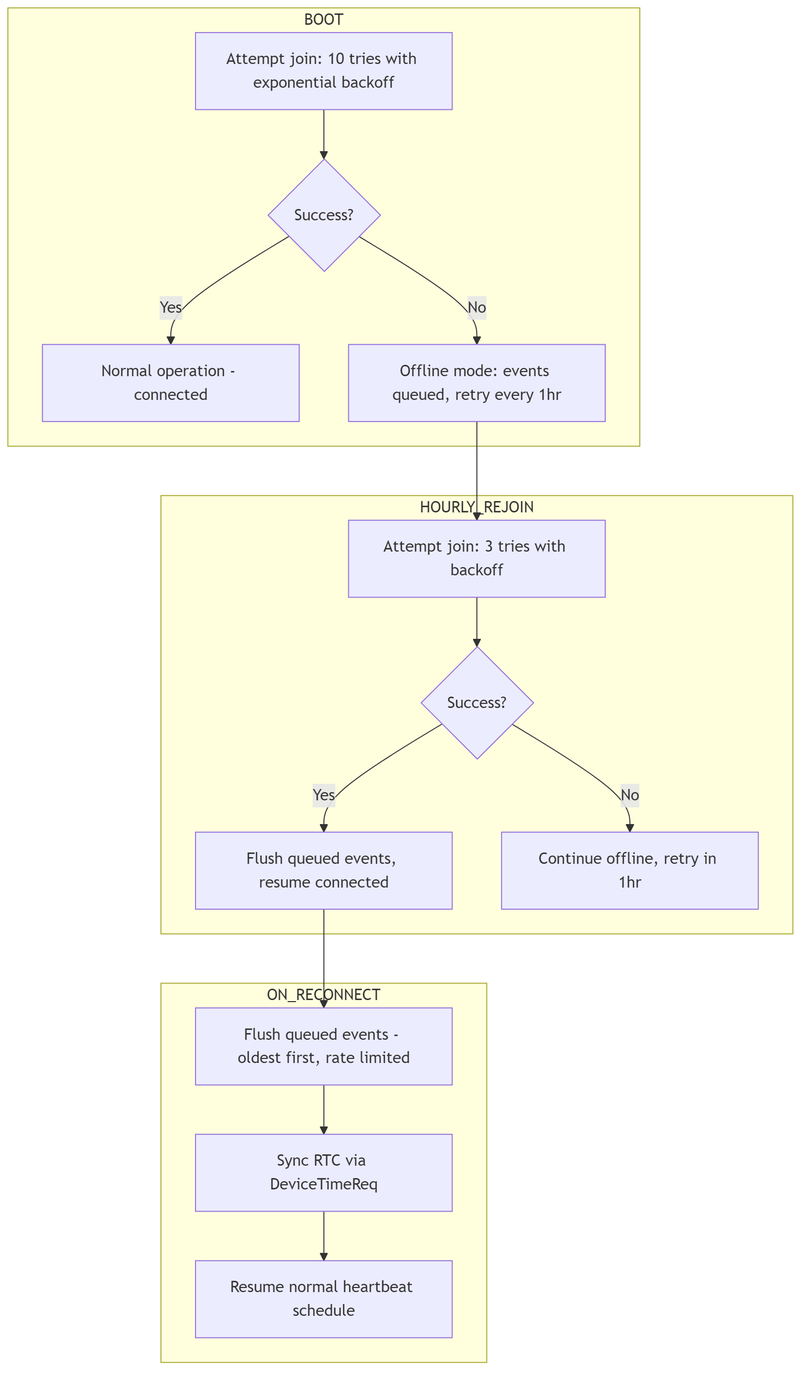
This is v1.1/docs/appnotes/diagrams/graceful-network-recovery.png from quiretech/FeedbackNow, a Mermaid export, as it was before one commit. Its source is kept beside it as v1.1/docs/appnotes/diagrams/graceful-network-recovery.mmd. The source it was exported from:
```mermaid
flowchart TD
    subgraph BOOT
        B1[Attempt join: 10 tries with exponential backoff]
        B2{Success?}
        B3[Normal operation - connected]
        B4[Offline mode: events queued, retry every 1hr]

        B1 --> B2
        B2 -->|Yes| B3
        B2 -->|No| B4
    end

    subgraph HOURLY_REJOIN
        H1[Attempt join: 3 tries with backoff]
        H2{Success?}
        H3[Flush queued events, resume connected]
        H4[Continue offline, retry in 1hr]

        H1 --> H2
        H2 -->|Yes| H3
        H2 -->|No| H4
    end

    subgraph ON_RECONNECT
        R1[Flush queued events - oldest first, rate limited]
        R2[Sync RTC via DeviceTimeReq]
        R3[Resume normal heartbeat schedule]

        R1 --> R2 --> R3
    end

    B4 --> H1
    H3 --> R1
```
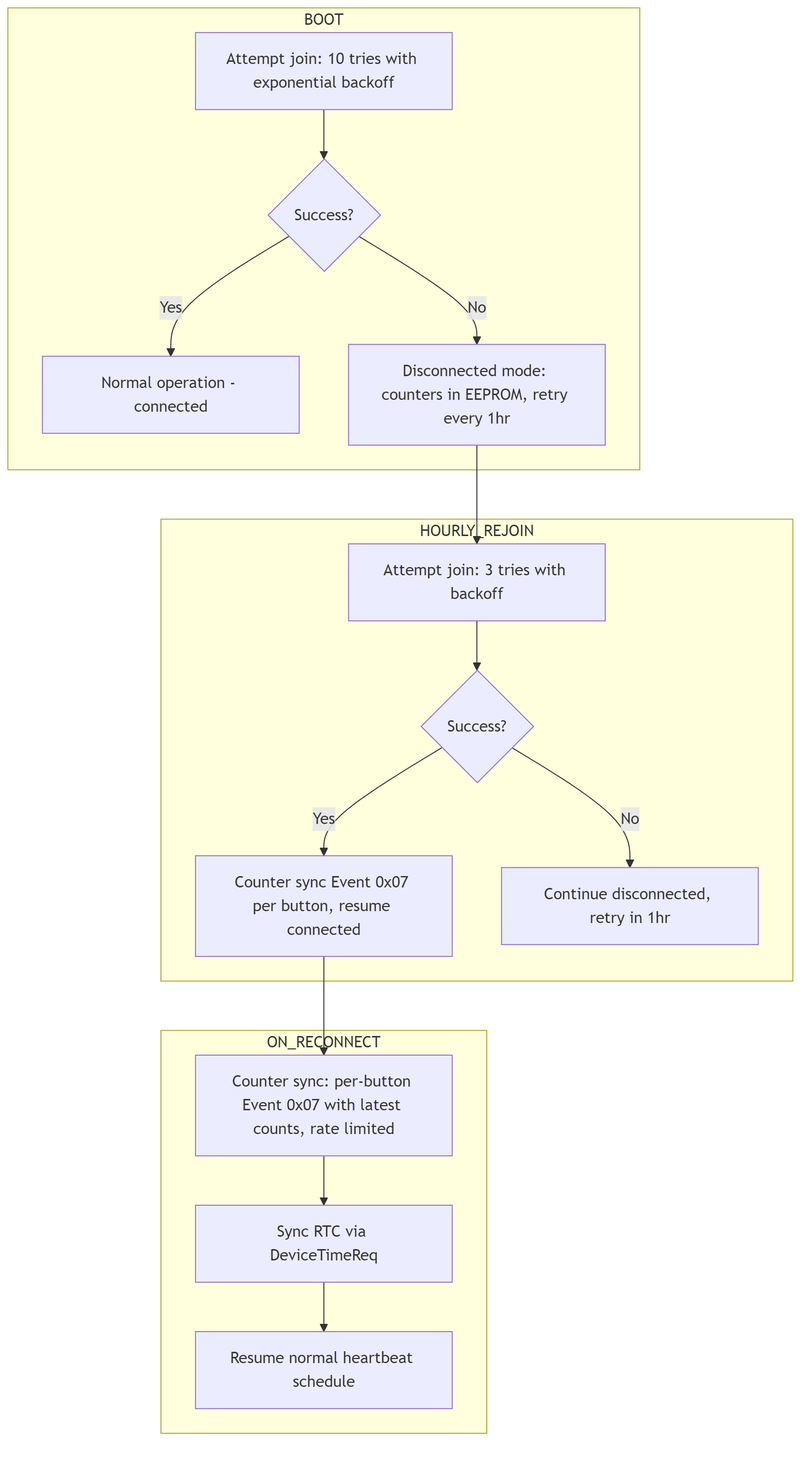
The same diagram one commit later.

Diff of the diagram source:
```diff
@@ -3,7 +3,7 @@
         B1[Attempt join: 10 tries with exponential backoff]
         B2{Success?}
         B3[Normal operation - connected]
-        B4[Offline mode: events queued, retry every 1hr]
+        B4[Disconnected mode: counters in EEPROM, retry every 1hr]
 
         B1 --> B2
         B2 -->|Yes| B3
@@ -13,8 +13,8 @@
     subgraph HOURLY_REJOIN
         H1[Attempt join: 3 tries with backoff]
         H2{Success?}
-        H3[Flush queued events, resume connected]
-        H4[Continue offline, retry in 1hr]
+        H3[Counter sync Event 0x07 per button, resume connected]
+        H4[Continue disconnected, retry in 1hr]
 
         H1 --> H2
         H2 -->|Yes| H3
@@ -22,7 +22,7 @@
     end
 
     subgraph ON_RECONNECT
-        R1[Flush queued events - oldest first, rate limited]
+        R1[Counter sync: per-button Event 0x07 with latest counts, rate limited]
         R2[Sync RTC via DeviceTimeReq]
         R3[Resume normal heartbeat schedule]
 
```
